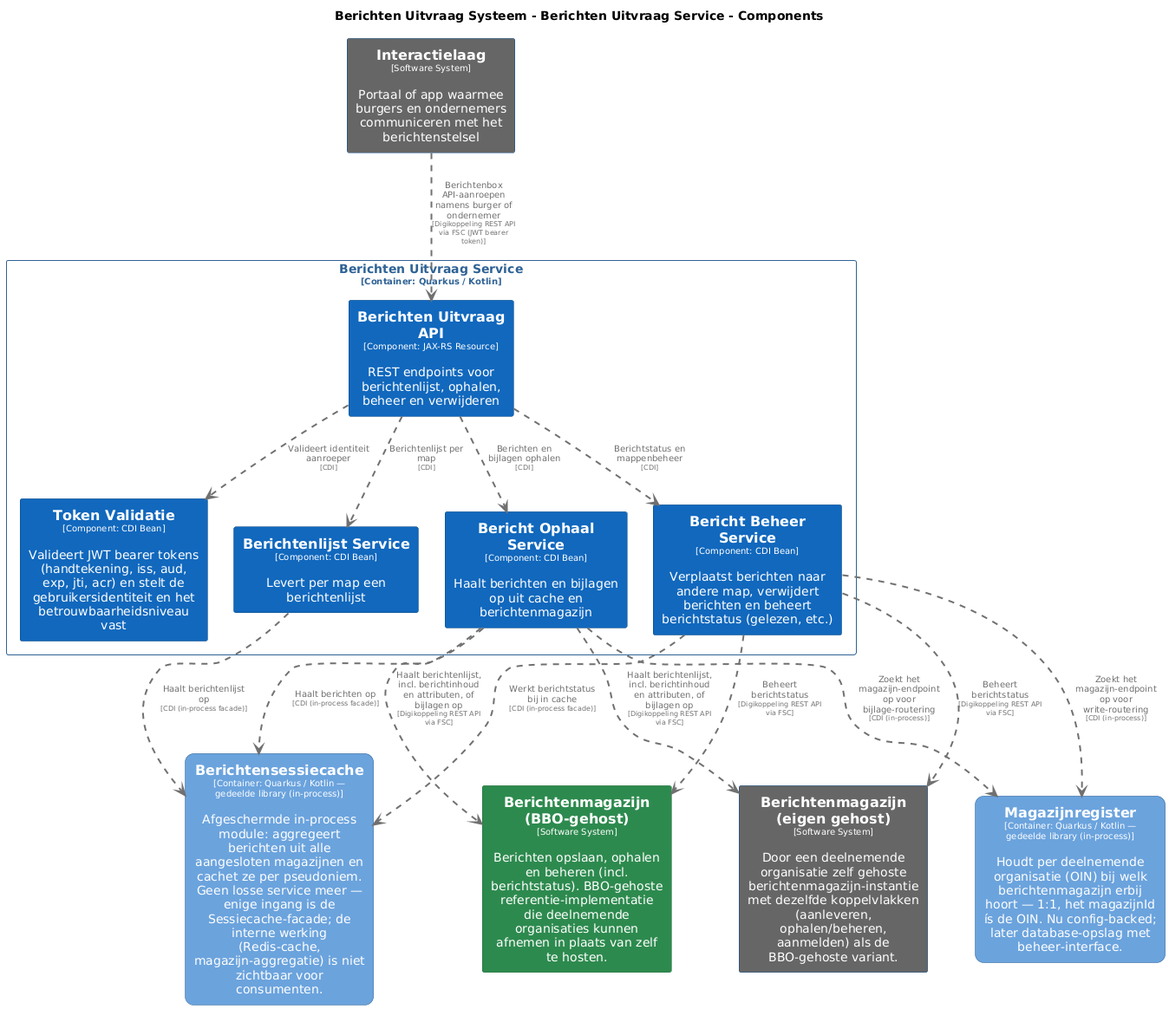
This is master/png/BerichtenUitvraagServiceComponenten.png from MinBZK/moza-poc-fbs-berichtenbox, a PlantUML export, as it was before one commit. Its diagram source:
```plantuml
@startuml
set separator none
title Berichten Uitvraag Systeem - Berichten Uitvraag Service - Components

top to bottom direction
skinparam ranksep 60
skinparam nodesep 30

skinparam {
  arrowFontSize 10
  defaultTextAlignment center
  wrapWidth 200
  maxMessageSize 100
}

hide stereotype

skinparam rectangle<<BerichtenUitvraagSysteem.BerichtenUitvraagService.BerichtBeheerService>> {
  BackgroundColor #1168bd
  FontColor #ffffff
  BorderColor #0b4884
  shadowing false
}
skinparam rectangle<<BerichtenUitvraagSysteem.BerichtenUitvraagService.BerichtOphaalService>> {
  BackgroundColor #1168bd
  FontColor #ffffff
  BorderColor #0b4884
  shadowing false
}
skinparam rectangle<<BerichtenUitvraagSysteem.BerichtenUitvraagService.BerichtenUitvraagAPI>> {
  BackgroundColor #1168bd
  FontColor #ffffff
  BorderColor #0b4884
  shadowing false
}
skinparam rectangle<<BerichtenUitvraagSysteem.BerichtenUitvraagService.BerichtenlijstService>> {
  BackgroundColor #1168bd
  FontColor #ffffff
  BorderColor #0b4884
  shadowing false
}
skinparam rectangle<<BerichtenmagazijnBBOgehost>> {
  BackgroundColor #2d8a4e
  FontColor #ffffff
  BorderColor #1e6b38
  shadowing false
}
skinparam rectangle<<Berichtenmagazijneigengehost>> {
  BackgroundColor #666666
  FontColor #ffffff
  BorderColor #0b4884
  shadowing false
}
skinparam rectangle<<BerichtenUitvraagSysteem.Berichtensessiecache>> {
  BackgroundColor #6ba3dd
  FontColor #ffffff
  BorderColor #2e6295
  roundCorner 20
  shadowing false
}
skinparam rectangle<<Interactielaag>> {
  BackgroundColor #666666
  FontColor #ffffff
  BorderColor #0b4884
  shadowing false
}
skinparam rectangle<<BerichtenUitvraagSysteem.Magazijnregister>> {
  BackgroundColor #6ba3dd
  FontColor #ffffff
  BorderColor #2e6295
  roundCorner 20
  shadowing false
}
skinparam rectangle<<BerichtenUitvraagSysteem.BerichtenUitvraagService.TokenValidatie>> {
  BackgroundColor #1168bd
  FontColor #ffffff
  BorderColor #0b4884
  shadowing false
}
skinparam rectangle<<BerichtenUitvraagSysteem.BerichtenUitvraagService>> {
  BorderColor #2e6295
  FontColor #2e6295
  shadowing false
}

rectangle "==Interactielaag\n<size:10>[Software System]</size>\n\nPortaal of app waarmee burgers en ondernemers communiceren met het berichtenstelsel" <<Interactielaag>> as Interactielaag
rectangle "==Berichtenmagazijn (eigen gehost)\n<size:10>[Software System]</size>\n\nDoor een deelnemende organisatie zelf gehoste berichtenmagazijn-instantie met dezelfde koppelvlakken (aanleveren, ophalen/beheren, aanmelden) als de BBO-gehoste variant." <<Berichtenmagazijneigengehost>> as Berichtenmagazijneigengehost
rectangle "==Berichtenmagazijn (BBO-gehost)\n<size:10>[Software System]</size>\n\nBerichten opslaan, ophalen en beheren (incl. berichtstatus). BBO-gehoste referentie-implementatie die deelnemende organisaties kunnen afnemen in plaats van zelf te hosten." <<BerichtenmagazijnBBOgehost>> as BerichtenmagazijnBBOgehost
rectangle "==Berichtensessiecache\n<size:10>[Container: Quarkus / Kotlin — gedeelde library (in-process)]</size>\n\nAfgeschermde in-process module: aggregeert berichten uit alle aangesloten magazijnen en cachet ze per pseudoniem. Geen losse service meer — enige ingang is de Sessiecache-facade; de interne werking (Redis-cache, magazijn-aggregatie) is niet zichtbaar voor consumenten." <<BerichtenUitvraagSysteem.Berichtensessiecache>> as BerichtenUitvraagSysteem.Berichtensessiecache
rectangle "==Magazijnregister\n<size:10>[Container: Quarkus / Kotlin — gedeelde library (in-process)]</size>\n\nHoudt per deelnemende organisatie (OIN) bij welk berichtenmagazijn erbij hoort — 1:1, het magazijnId ís de OIN. Nu config-backed; later database-opslag met beheer-interface." <<BerichtenUitvraagSysteem.Magazijnregister>> as BerichtenUitvraagSysteem.Magazijnregister

rectangle "Berichten Uitvraag Service\n<size:10>[Container: Quarkus / Kotlin]</size>" <<BerichtenUitvraagSysteem.BerichtenUitvraagService>> {
  rectangle "==Berichten Uitvraag API\n<size:10>[Component: JAX-RS Resource]</size>\n\nREST endpoints voor berichtenlijst, ophalen, beheer en verwijderen" <<BerichtenUitvraagSysteem.BerichtenUitvraagService.BerichtenUitvraagAPI>> as BerichtenUitvraagSysteem.BerichtenUitvraagService.BerichtenUitvraagAPI
  rectangle "==Token Validatie\n<size:10>[Component: CDI Bean]</size>\n\nValideert JWT bearer tokens (handtekening, iss, aud, exp, jti, acr) en stelt de gebruikersidentiteit en het betrouwbaarheidsniveau vast" <<BerichtenUitvraagSysteem.BerichtenUitvraagService.TokenValidatie>> as BerichtenUitvraagSysteem.BerichtenUitvraagService.TokenValidatie
  rectangle "==Berichtenlijst Service\n<size:10>[Component: CDI Bean]</size>\n\nLevert per map een berichtenlijst" <<BerichtenUitvraagSysteem.BerichtenUitvraagService.BerichtenlijstService>> as BerichtenUitvraagSysteem.BerichtenUitvraagService.BerichtenlijstService
  rectangle "==Bericht Ophaal Service\n<size:10>[Component: CDI Bean]</size>\n\nHaalt berichten en bijlagen op uit cache en berichtenmagazijn" <<BerichtenUitvraagSysteem.BerichtenUitvraagService.BerichtOphaalService>> as BerichtenUitvraagSysteem.BerichtenUitvraagService.BerichtOphaalService
  rectangle "==Bericht Beheer Service\n<size:10>[Component: CDI Bean]</size>\n\nVerplaatst berichten naar andere map, verwijdert berichten en beheert berichtstatus (gelezen, etc.)" <<BerichtenUitvraagSysteem.BerichtenUitvraagService.BerichtBeheerService>> as BerichtenUitvraagSysteem.BerichtenUitvraagService.BerichtBeheerService
}

Interactielaag .[#707070,thickness=2].> BerichtenUitvraagSysteem.BerichtenUitvraagService.BerichtenUitvraagAPI : "<color:#707070>Berichtenbox API-aanroepen namens burger of ondernemer\n<color:#707070><size:8>[Digikoppeling REST API via FSC (JWT bearer token)]</size>"
BerichtenUitvraagSysteem.BerichtenUitvraagService.BerichtOphaalService .[#707070,thickness=2].> BerichtenmagazijnBBOgehost : "<color:#707070>Haalt berichtenlijst, incl. berichtinhoud en attributen, of bijlagen op\n<color:#707070><size:8>[Digikoppeling REST API via FSC]</size>"
BerichtenUitvraagSysteem.BerichtenUitvraagService.BerichtBeheerService .[#707070,thickness=2].> BerichtenmagazijnBBOgehost : "<color:#707070>Beheert berichtstatus\n<color:#707070><size:8>[Digikoppeling REST API via FSC]</size>"
BerichtenUitvraagSysteem.BerichtenUitvraagService.BerichtOphaalService .[#707070,thickness=2].> Berichtenmagazijneigengehost : "<color:#707070>Haalt berichtenlijst, incl. berichtinhoud en attributen, of bijlagen op\n<color:#707070><size:8>[Digikoppeling REST API via FSC]</size>"
BerichtenUitvraagSysteem.BerichtenUitvraagService.BerichtBeheerService .[#707070,thickness=2].> Berichtenmagazijneigengehost : "<color:#707070>Beheert berichtstatus\n<color:#707070><size:8>[Digikoppeling REST API via FSC]</size>"
BerichtenUitvraagSysteem.BerichtenUitvraagService.BerichtenUitvraagAPI .[#707070,thickness=2].> BerichtenUitvraagSysteem.BerichtenUitvraagService.TokenValidatie : "<color:#707070>Valideert identiteit aanroeper\n<color:#707070><size:8>[CDI]</size>"
BerichtenUitvraagSysteem.BerichtenUitvraagService.BerichtenUitvraagAPI .[#707070,thickness=2].> BerichtenUitvraagSysteem.BerichtenUitvraagService.BerichtenlijstService : "<color:#707070>Berichtenlijst per map\n<color:#707070><size:8>[CDI]</size>"
BerichtenUitvraagSysteem.BerichtenUitvraagService.BerichtenUitvraagAPI .[#707070,thickness=2].> BerichtenUitvraagSysteem.BerichtenUitvraagService.BerichtOphaalService : "<color:#707070>Berichten en bijlagen ophalen\n<color:#707070><size:8>[CDI]</size>"
BerichtenUitvraagSysteem.BerichtenUitvraagService.BerichtenUitvraagAPI .[#707070,thickness=2].> BerichtenUitvraagSysteem.BerichtenUitvraagService.BerichtBeheerService : "<color:#707070>Berichtstatus en mappenbeheer\n<color:#707070><size:8>[CDI]</size>"
BerichtenUitvraagSysteem.BerichtenUitvraagService.BerichtOphaalService .[#707070,thickness=2].> BerichtenUitvraagSysteem.Berichtensessiecache : "<color:#707070>Haalt berichten op\n<color:#707070><size:8>[CDI (in-process facade)]</size>"
BerichtenUitvraagSysteem.BerichtenUitvraagService.BerichtenlijstService .[#707070,thickness=2].> BerichtenUitvraagSysteem.Berichtensessiecache : "<color:#707070>Haalt berichtenlijst op\n<color:#707070><size:8>[CDI (in-process facade)]</size>"
BerichtenUitvraagSysteem.BerichtenUitvraagService.BerichtBeheerService .[#707070,thickness=2].> BerichtenUitvraagSysteem.Berichtensessiecache : "<color:#707070>Werkt berichtstatus bij in cache\n<color:#707070><size:8>[CDI (in-process facade)]</size>"
BerichtenUitvraagSysteem.BerichtenUitvraagService.BerichtOphaalService .[#707070,thickness=2].> BerichtenUitvraagSysteem.Magazijnregister : "<color:#707070>Zoekt het magazijn-endpoint op voor bijlage-routering\n<color:#707070><size:8>[CDI (in-process)]</size>"
BerichtenUitvraagSysteem.BerichtenUitvraagService.BerichtBeheerService .[#707070,thickness=2].> BerichtenUitvraagSysteem.Magazijnregister : "<color:#707070>Zoekt het magazijn-endpoint op voor write-routering\n<color:#707070><size:8>[CDI (in-process)]</size>"
@enduml
```
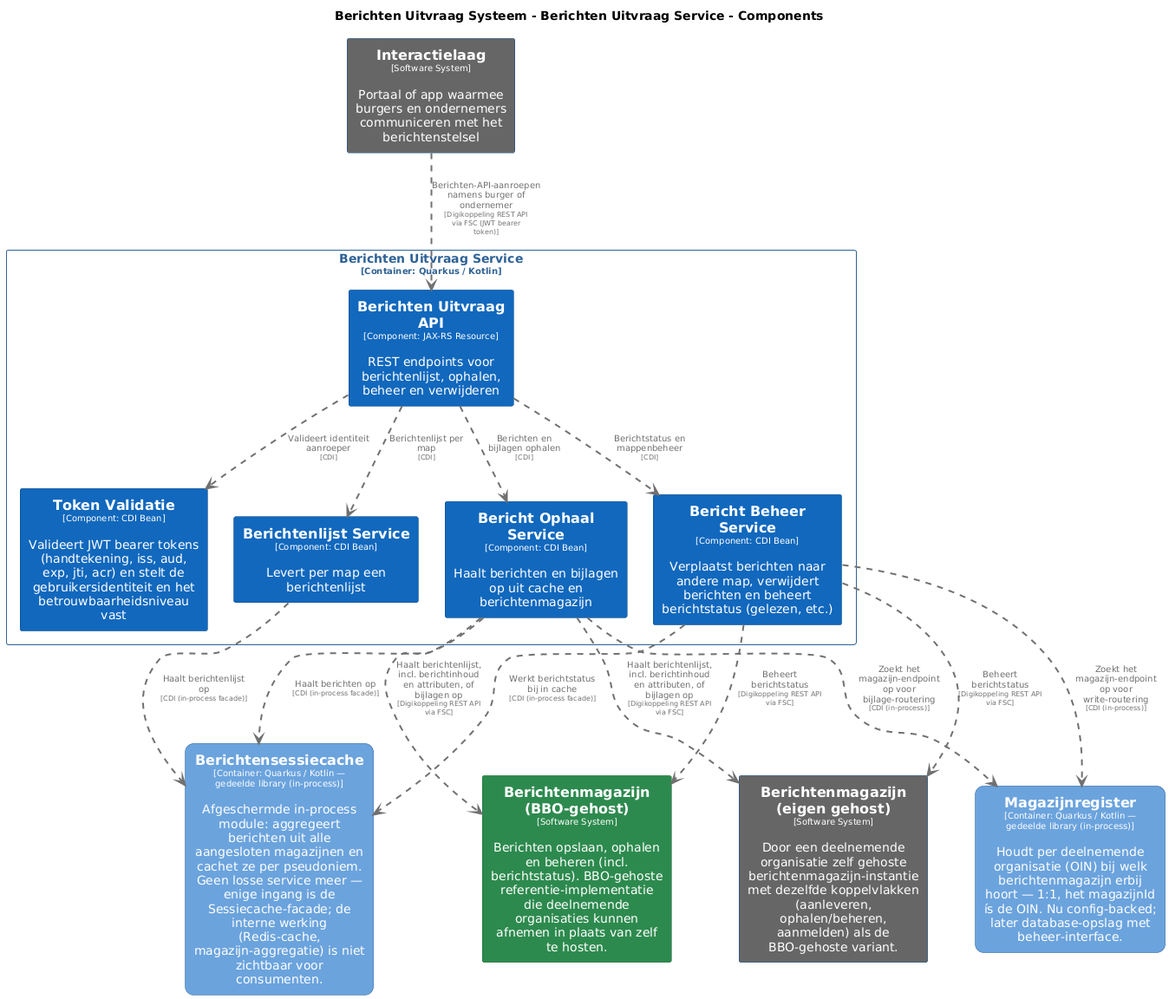
After the change.

What changed in the source:
```diff
@@ -97,7 +97,7 @@
   rectangle "==Bericht Beheer Service\n<size:10>[Component: CDI Bean]</size>\n\nVerplaatst berichten naar andere map, verwijdert berichten en beheert berichtstatus (gelezen, etc.)" <<BerichtenUitvraagSysteem.BerichtenUitvraagService.BerichtBeheerService>> as BerichtenUitvraagSysteem.BerichtenUitvraagService.BerichtBeheerService
 }
 
-Interactielaag .[#707070,thickness=2].> BerichtenUitvraagSysteem.BerichtenUitvraagService.BerichtenUitvraagAPI : "<color:#707070>Berichtenbox API-aanroepen namens burger of ondernemer\n<color:#707070><size:8>[Digikoppeling REST API via FSC (JWT bearer token)]</size>"
+Interactielaag .[#707070,thickness=2].> BerichtenUitvraagSysteem.BerichtenUitvraagService.BerichtenUitvraagAPI : "<color:#707070>Berichten-API-aanroepen namens burger of ondernemer\n<color:#707070><size:8>[Digikoppeling REST API via FSC (JWT bearer token)]</size>"
 BerichtenUitvraagSysteem.BerichtenUitvraagService.BerichtOphaalService .[#707070,thickness=2].> BerichtenmagazijnBBOgehost : "<color:#707070>Haalt berichtenlijst, incl. berichtinhoud en attributen, of bijlagen op\n<color:#707070><size:8>[Digikoppeling REST API via FSC]</size>"
 BerichtenUitvraagSysteem.BerichtenUitvraagService.BerichtBeheerService .[#707070,thickness=2].> BerichtenmagazijnBBOgehost : "<color:#707070>Beheert berichtstatus\n<color:#707070><size:8>[Digikoppeling REST API via FSC]</size>"
 BerichtenUitvraagSysteem.BerichtenUitvraagService.BerichtOphaalService .[#707070,thickness=2].> Berichtenmagazijneigengehost : "<color:#707070>Haalt berichtenlijst, incl. berichtinhoud en attributen, of bijlagen op\n<color:#707070><size:8>[Digikoppeling REST API via FSC]</size>"
```
